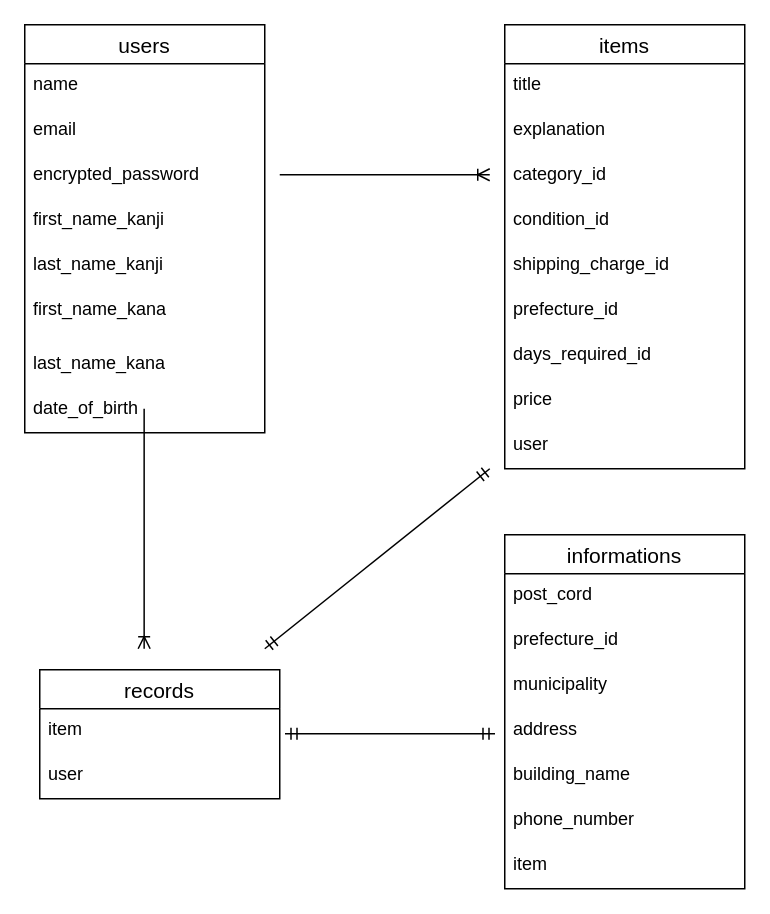
Earlier version of the draw.io diagram test.dio (clorop111/furima-38252). Source tidied: cells renumbered, new cells numbered last; positions are measured from the earlier drawing's top-left corner, leaving out a move shared by most shapes. Both pictures are drawn from the tidied source at 150%, with x=0, y=0 at pixel (24, 24).
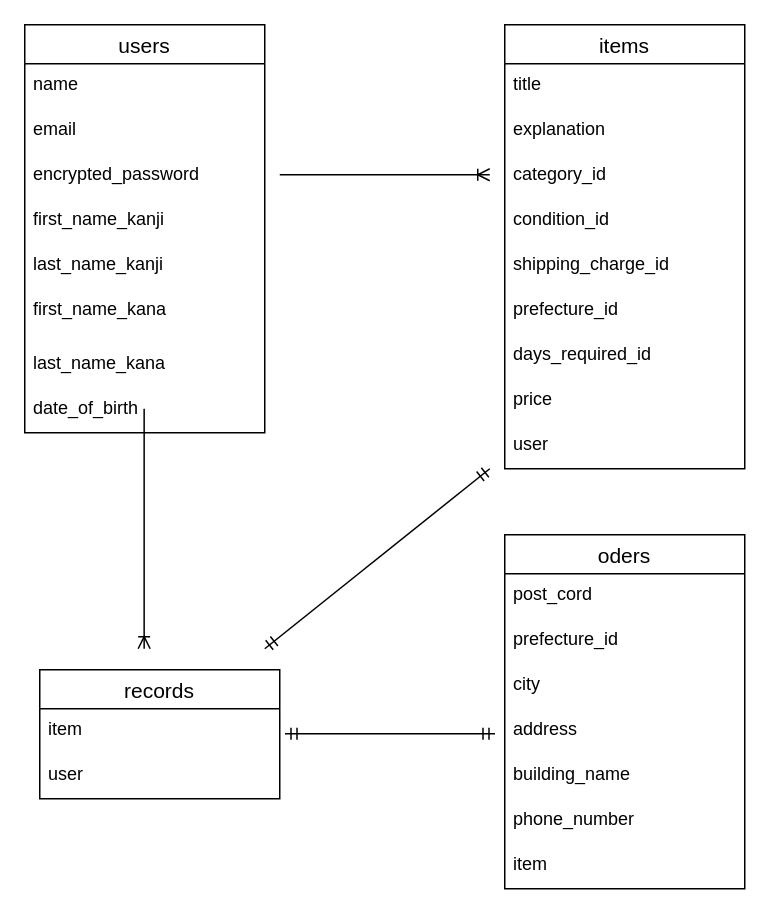
Above is the later version.

What changed in the source:
```diff
@@
-    <mxCell id="24" value="informations" style="swimlane;fontStyle=0;horizontal=1;startSize=26;align=center;fontSize=14;" parent="1" vertex="1">
+    <mxCell id="24" value="oders" style="swimlane;fontStyle=0;horizontal=1;startSize=26;align=center;fontSize=14;" parent="1" vertex="1">
       <mxGeometry x="320" y="340" width="160" height="236" as="geometry" />
     </mxCell>
@@
-    <mxCell id="27" value="municipality" style="text;strokeColor=none;fillColor=none;spacingLeft=4;spacingRight=4;overflow=hidden;fontSize=12;" parent="24" vertex="1">
+    <mxCell id="27" value="city&#10;&#10;" style="text;strokeColor=none;fillColor=none;spacingLeft=4;spacingRight=4;overflow=hidden;fontSize=12;" parent="24" vertex="1">
       <mxGeometry y="86" width="160" height="30" as="geometry" />
     </mxCell>
```
